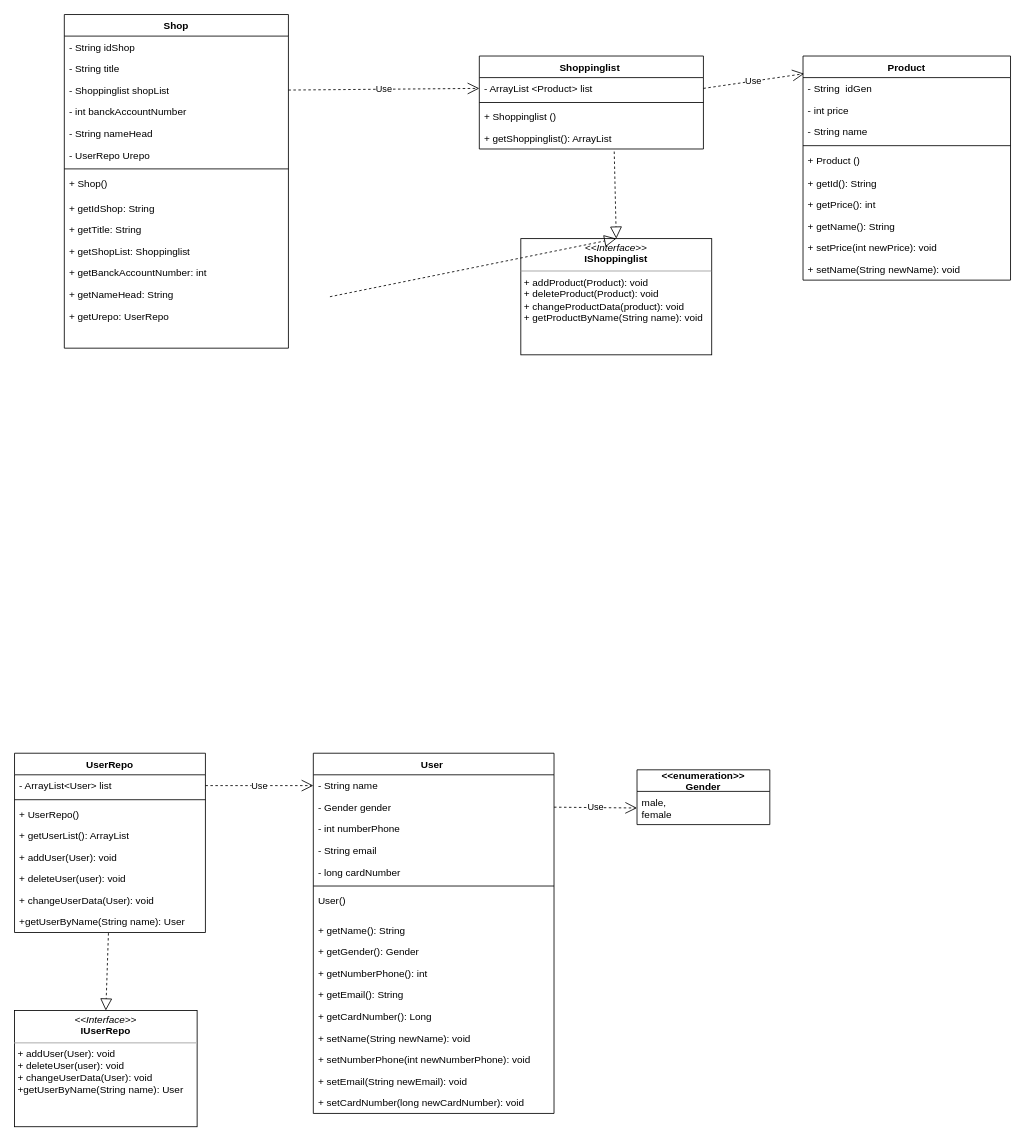
Before: Marketplace (6).drawio in KuroTamashiAF/Software-architecture_HomeWork_5, a draw.io diagram. Source tidied: cells renumbered, new cells numbered last; positions are measured from the earlier drawing's top-left corner, leaving out a move shared by most shapes. Both pictures are drawn from the tidied source at 83%, with x=0, y=0 at pixel (14, 14).
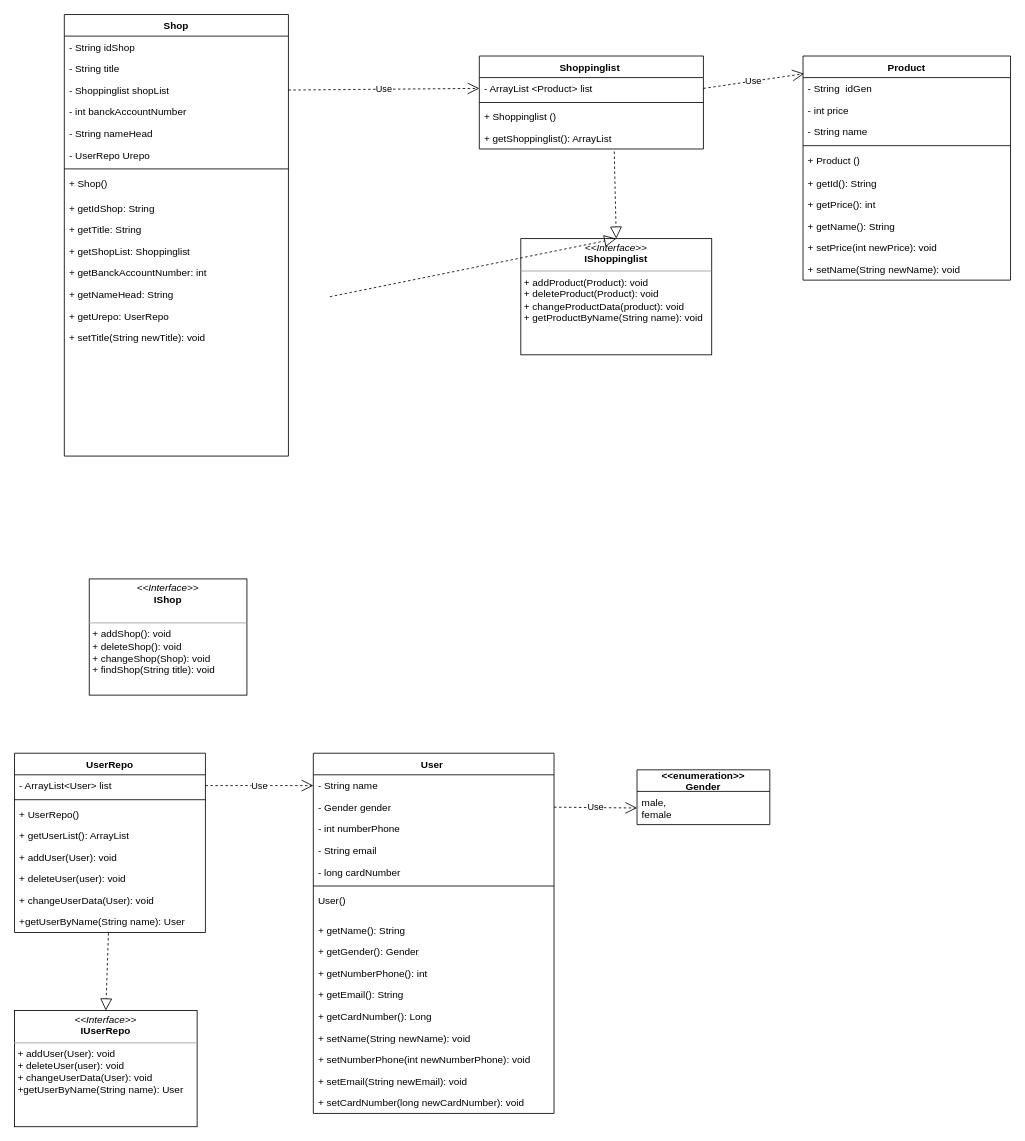
The same diagram, later.

The edit, as a diff of the source:
```diff
@@
     <mxCell id="32" value="Shop" style="swimlane;fontStyle=1;align=center;verticalAlign=top;horizontal=1;startSize=26;" parent="1" vertex="1">
-      <mxGeometry x="60" width="270" height="402" as="geometry" />
+      <mxGeometry x="60" width="270" height="532" as="geometry" />
     </mxCell>
@@
-    <mxCell id="47" style="text;strokeColor=none;fillColor=none;align=left;verticalAlign=top;spacingLeft=4;spacingRight=4;overflow=hidden;" parent="32" vertex="1">
+    <mxCell id="47" value="+ setTitle(String newTitle): void" style="text;strokeColor=none;fillColor=none;align=left;verticalAlign=top;spacingLeft=4;spacingRight=4;overflow=hidden;" parent="32" vertex="1">
       <mxGeometry y="376" width="270" height="26" as="geometry" />
     </mxCell>
+    <mxCell id="71" style="text;strokeColor=none;fillColor=none;align=left;verticalAlign=top;spacingLeft=4;spacingRight=4;overflow=hidden;" parent="32" vertex="1">
+      <mxGeometry y="402" width="270" height="26" as="geometry" />
+    </mxCell>
+    <mxCell id="72" style="text;strokeColor=none;fillColor=none;align=left;verticalAlign=top;spacingLeft=4;spacingRight=4;overflow=hidden;" parent="32" vertex="1">
+      <mxGeometry y="428" width="270" height="26" as="geometry" />
+    </mxCell>
+    <mxCell id="73" style="text;strokeColor=none;fillColor=none;align=left;verticalAlign=top;spacingLeft=4;spacingRight=4;overflow=hidden;" parent="32" vertex="1">
+      <mxGeometry y="454" width="270" height="26" as="geometry" />
+    </mxCell>
+    <mxCell id="74" style="text;strokeColor=none;fillColor=none;align=left;verticalAlign=top;spacingLeft=4;spacingRight=4;overflow=hidden;" parent="32" vertex="1">
+      <mxGeometry y="480" width="270" height="26" as="geometry" />
+    </mxCell>
+    <mxCell id="75" style="text;strokeColor=none;fillColor=none;align=left;verticalAlign=top;spacingLeft=4;spacingRight=4;overflow=hidden;" parent="32" vertex="1">
+      <mxGeometry y="506" width="270" height="26" as="geometry" />
+    </mxCell>
@@
+    <mxCell id="76" value="&lt;p style=&quot;margin:0px;margin-top:4px;text-align:center;&quot;&gt;&lt;i&gt;&amp;lt;&amp;lt;Interface&amp;gt;&amp;gt;&lt;/i&gt;&lt;br&gt;&lt;b&gt;IShop&lt;/b&gt;&lt;/p&gt;&lt;p style=&quot;margin:0px;margin-left:4px;&quot;&gt;&lt;br&gt;&lt;/p&gt;&lt;hr size=&quot;1&quot;&gt;&lt;p style=&quot;margin:0px;margin-left:4px;&quot;&gt;+ addShop(): void&amp;nbsp;&lt;/p&gt;&lt;p style=&quot;margin:0px;margin-left:4px;&quot;&gt;+ deleteShop(): void&lt;/p&gt;&lt;p style=&quot;margin:0px;margin-left:4px;&quot;&gt;+ changeShop(Shop): void&lt;/p&gt;&lt;p style=&quot;margin:0px;margin-left:4px;&quot;&gt;+ findShop(String title): void&lt;/p&gt;" style="verticalAlign=top;align=left;overflow=fill;fontSize=12;fontFamily=Helvetica;html=1;" parent="1" vertex="1">
+      <mxGeometry x="90" y="680" width="190" height="140" as="geometry" />
+    </mxCell>
```
